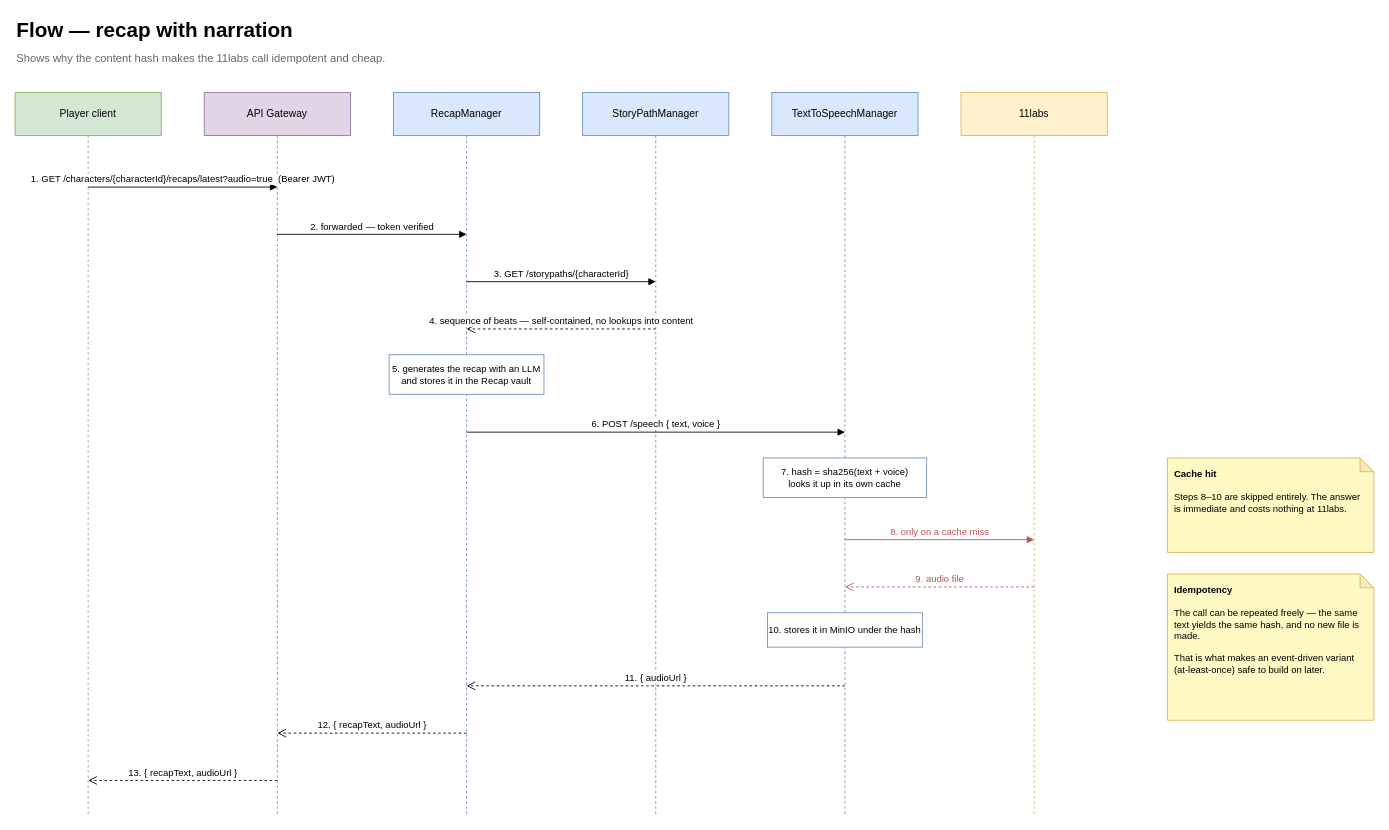
Before: page "Flow - recap with narration" (4 of 5) of architecture-chooseYourFate-revision-level-2.drawio in Grupp2B-Spam/RPG_Choose_Your_Fate_Sem2, a draw.io diagram. Source tidied: cells renumbered, new cells numbered last; positions are measured from the earlier drawing's top-left corner, leaving out a move shared by most shapes. Both pictures are drawn from the tidied source at 86%, with x=0, y=0 at pixel (15, 15).
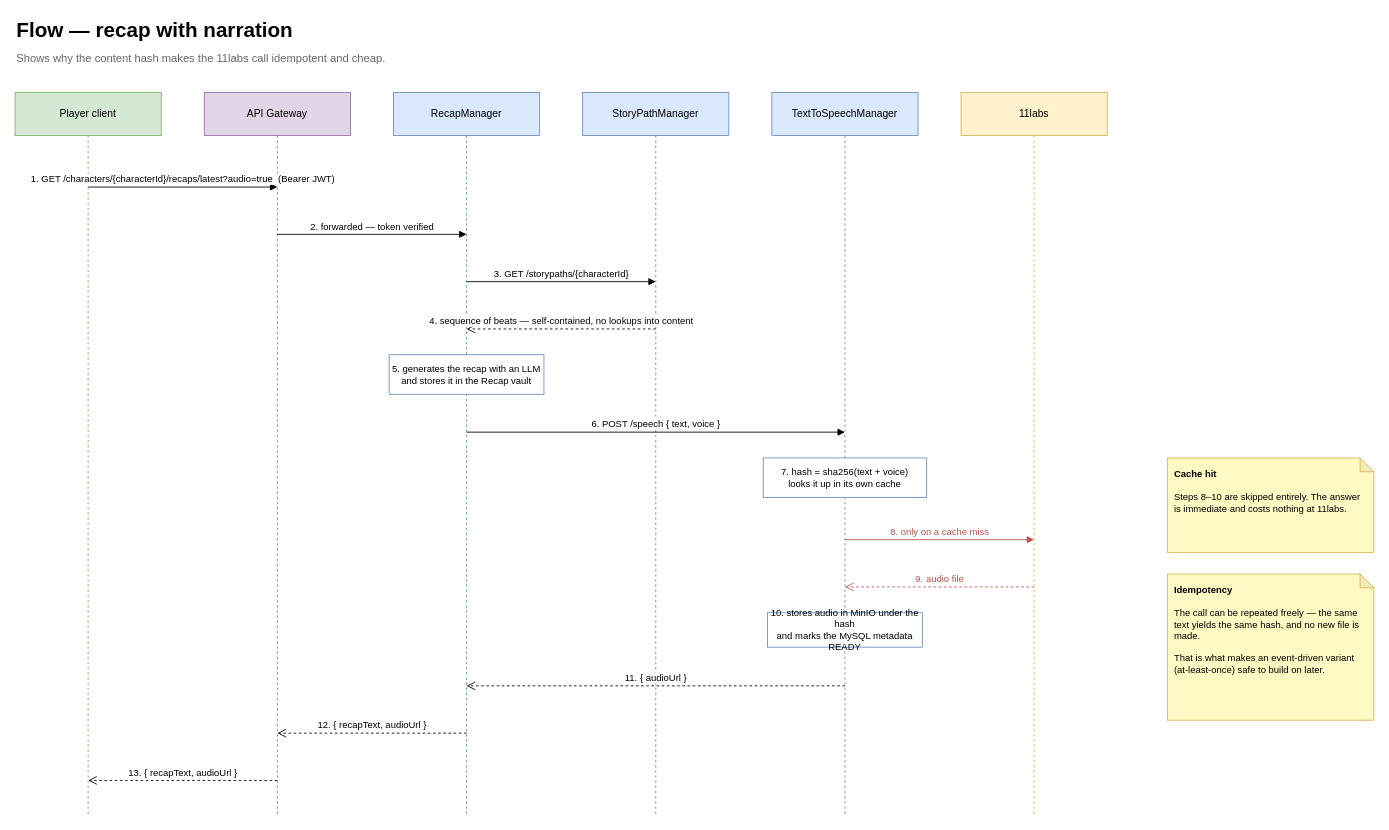
Above is the later version.

The edit, as a diff of the source:
```diff
@@
-    <mxCell id="19" value="10. stores it in MinIO under the hash" style="rounded=0;whiteSpace=wrap;html=1;fillColor=#ffffff;strokeColor=#6c8ebf;fontSize=11;" parent="1" vertex="1">
+    <mxCell id="19" value="10. stores audio in MinIO under the hash&lt;br&gt;and marks the MySQL metadata READY" style="rounded=0;whiteSpace=wrap;html=1;fillColor=#ffffff;strokeColor=#6c8ebf;fontSize=11;" parent="1" vertex="1">
       <mxGeometry x="875" y="695" width="180" height="40" as="geometry" />
     </mxCell>
```
